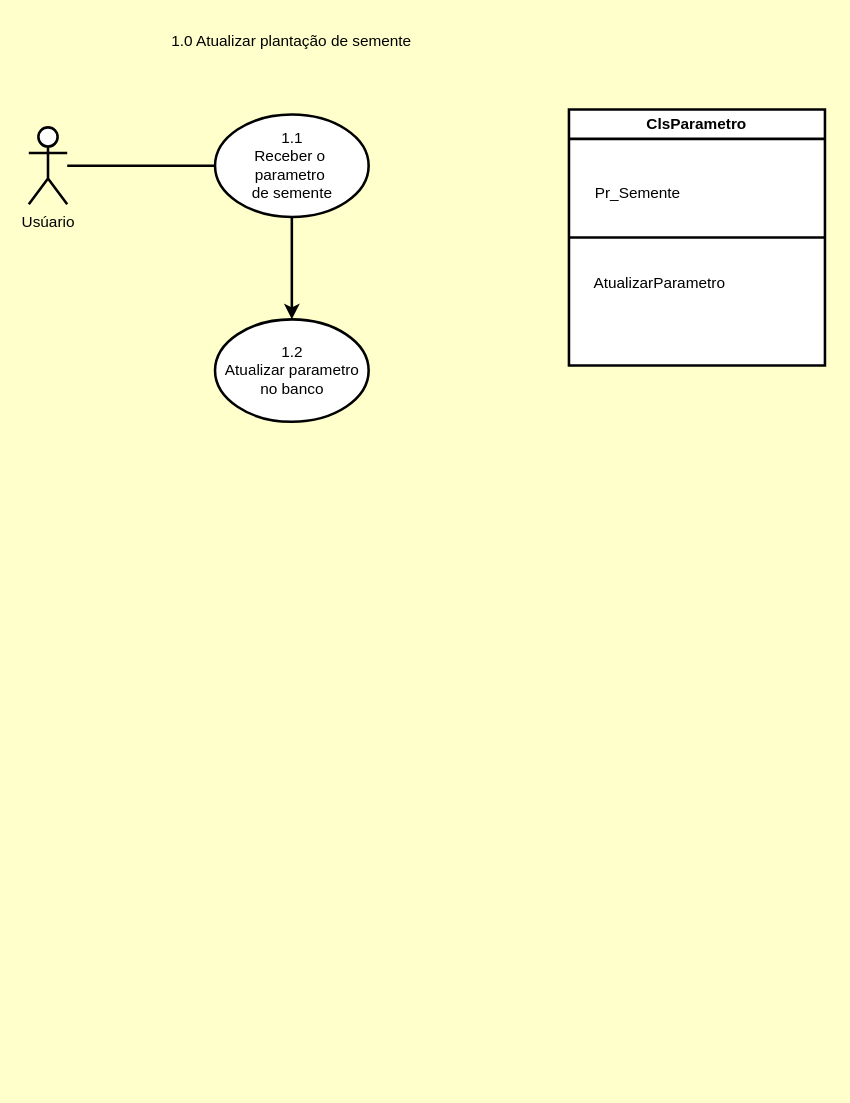
Earlier version of the draw.io diagram page "Cópia do Página-1" (1 of 4) of Tarefa1.drawio (ZardsMK/Trabahlo-DrawIO). Source tidied: cells renumbered, new cells numbered last; positions are measured from the earlier drawing's top-left corner, leaving out a move shared by most shapes. Both pictures are drawn from the tidied source at 128%, with x=0, y=0 at pixel (28, 22).
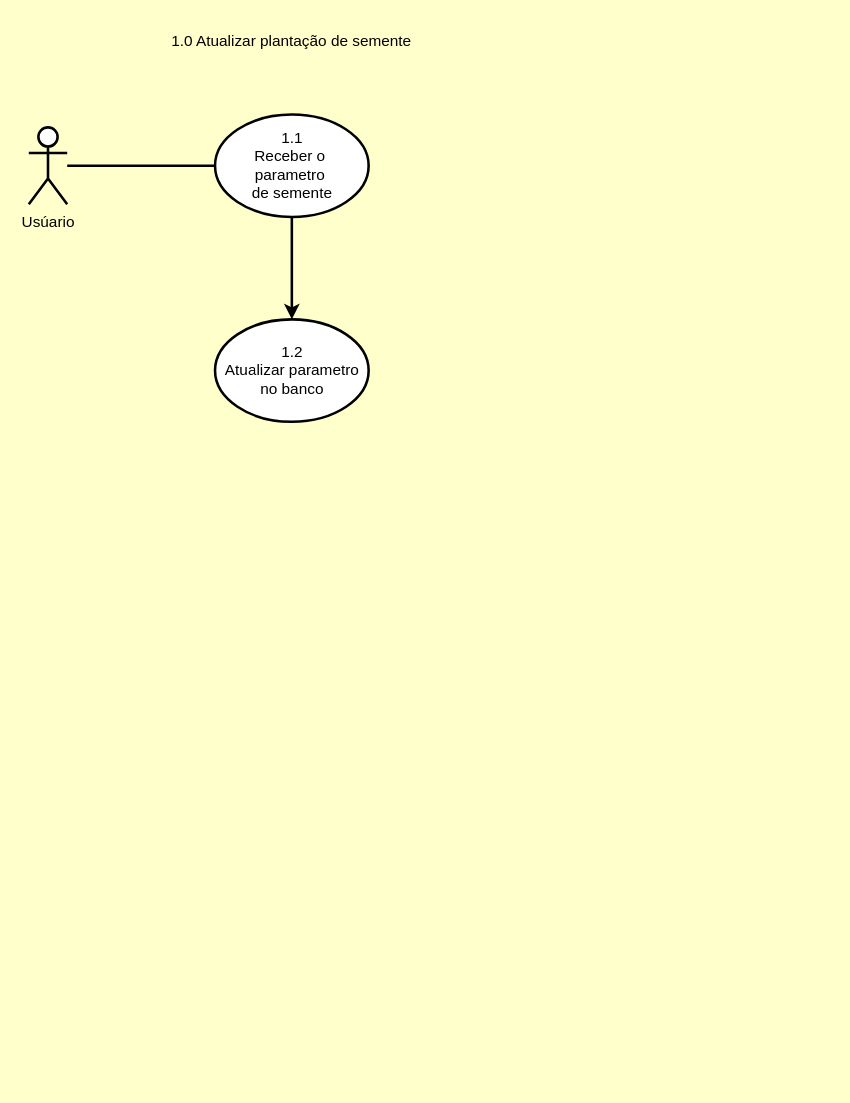
After the change.

The edit, as a diff of the source:
```diff
@@
 <mxGraphModel background="#FFFFCC">
   <root>
     <mxCell id="0" />
     <mxCell id="1" parent="0" />
     <mxCell id="2" value="1.0 Atualizar plantação de semente" style="text;html=1;align=center;verticalAlign=middle;whiteSpace=wrap;rounded=0;strokeWidth=2;" parent="1" vertex="1">
       <mxGeometry x="96" width="219" height="30" as="geometry" />
     </mxCell>
     <mxCell id="3" style="edgeStyle=orthogonalEdgeStyle;rounded=0;orthogonalLoop=1;jettySize=auto;html=1;exitX=0.5;exitY=1;exitDx=0;exitDy=0;strokeWidth=2;" parent="1" edge="1">
       <mxGeometry relative="1" as="geometry">
         <mxPoint x="156" y="819" as="sourcePoint" />
         <mxPoint x="156" y="819" as="targetPoint" />
       </mxGeometry>
     </mxCell>
     <mxCell id="4" style="edgeStyle=orthogonalEdgeStyle;rounded=0;jettySize=auto;html=1;strokeWidth=2;" parent="1" edge="1" source="5" target="8">
       <mxGeometry relative="1" as="geometry" />
     </mxCell>
     <mxCell id="5" value="1.1&lt;div&gt;&lt;div&gt;Receber o&amp;nbsp;&lt;/div&gt;&lt;/div&gt;&lt;div&gt;parametro&amp;nbsp;&lt;/div&gt;&lt;div&gt;de semente&lt;/div&gt;" style="ellipse;whiteSpace=wrap;html=1;strokeWidth=2;" parent="1" vertex="1">
       <mxGeometry x="145.5" y="72" width="120" height="80" as="geometry" />
     </mxCell>
     <mxCell id="6" style="edgeStyle=orthogonalEdgeStyle;rounded=0;jettySize=auto;html=1;entryX=0;entryY=0.5;entryDx=0;entryDy=0;endArrow=none;startFill=0;strokeWidth=2;" parent="1" edge="1" source="7" target="5">
       <mxGeometry relative="1" as="geometry" />
     </mxCell>
     <mxCell id="7" value="Usúario" style="shape=umlActor;verticalLabelPosition=bottom;verticalAlign=top;html=1;outlineConnect=0;strokeWidth=2;" parent="1" vertex="1">
       <mxGeometry y="82" width="30" height="60" as="geometry" />
     </mxCell>
     <mxCell id="8" value="1.2&lt;div&gt;Atualizar parametro no banco&lt;/div&gt;" style="ellipse;whiteSpace=wrap;html=1;strokeWidth=2;" parent="1" vertex="1">
       <mxGeometry x="145.5" y="232" width="120" height="80" as="geometry" />
     </mxCell>
-    <mxCell id="9" value="ClsParametro" style="swimlane;whiteSpace=wrap;html=1;fillColor=default;swimlaneFillColor=default;startSize=23;strokeWidth=2;" parent="1" vertex="1">
-      <mxGeometry x="422" y="68" width="200" height="200" as="geometry" />
-    </mxCell>
-    <mxCell id="10" value="AtualizarParametro" style="text;html=1;align=center;verticalAlign=middle;whiteSpace=wrap;rounded=0;strokeWidth=2;" parent="9" vertex="1">
-      <mxGeometry x="41" y="121" width="60" height="30" as="geometry" />
-    </mxCell>
-    <mxCell id="11" value="Pr_Semente" style="text;html=1;align=center;verticalAlign=middle;whiteSpace=wrap;rounded=0;strokeWidth=2;" parent="9" vertex="1">
-      <mxGeometry x="24" y="51" width="60" height="30" as="geometry" />
-    </mxCell>
-    <mxCell id="12" style="endArrow=none;html=1;rounded=0;exitX=0;exitY=0.5;exitDx=0;exitDy=0;entryX=1;entryY=0.5;entryDx=0;entryDy=0;strokeWidth=2;" parent="1" edge="1" source="9" target="9">
-      <mxGeometry relative="1" as="geometry" />
-    </mxCell>
   </root>
 </mxGraphModel>
```
